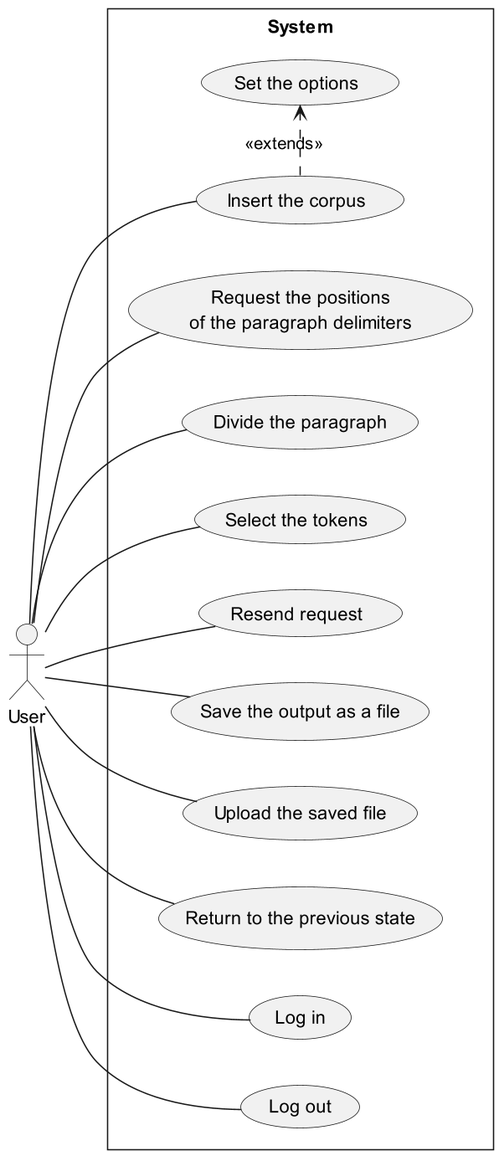
Above: docs/req_analysis/images/usecase.png in parkchamchi/GlossySnake (PlantUML), before the change.
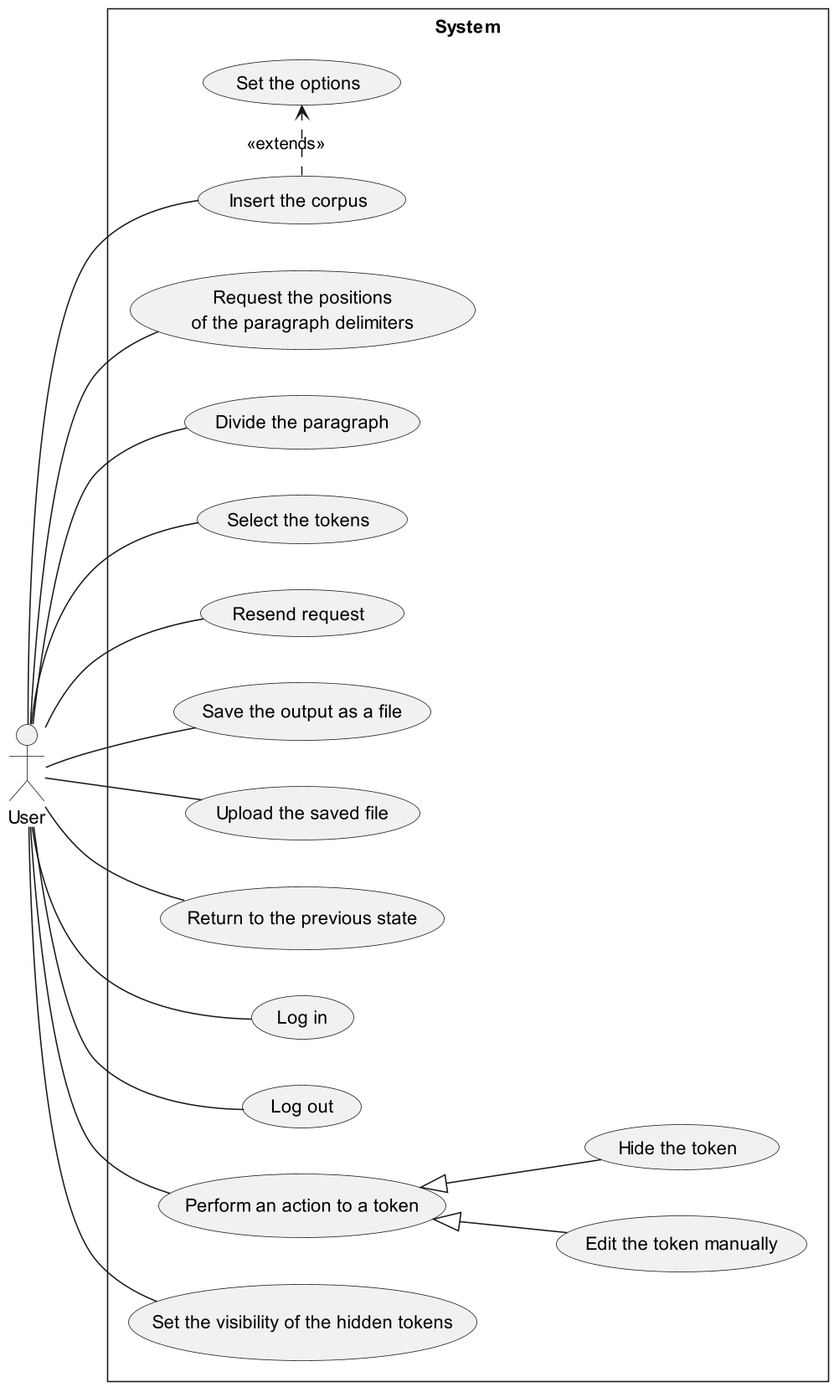
After the change.

What changed in the source:
```diff
@@ -23,6 +23,12 @@
 
 	(Log in) as UC010
 	(Log out) as UC011
+
+	(Perform an action to a token) as UC012
+	(Edit the token manually) as UC013
+	(Hide the token) as UC014
+
+	(Set the visibility of the hidden tokens) as UC015
 }
 
 User -- UC001
@@ -36,5 +42,9 @@
 User -- UC009
 User -- UC010
 User -- UC011
+User -- UC012
+UC012 <|-- UC013
+UC012 <|-- UC014
+User -- UC015
 
 @enduml
```
